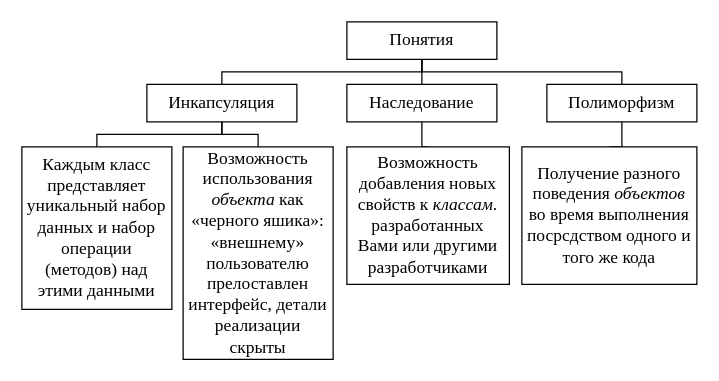
This is page "image2" (2 of 21) of polubenceva-oop/images 1-21.drawio from mariohuq/mariohuq.github.io, a draw.io file, before an edit. Source tidied: cells renumbered, new cells numbered last; positions are measured from the earlier drawing's top-left corner, leaving out a move shared by most shapes. Both pictures are drawn from the tidied source at 125%, with x=0, y=0 at pixel (21, 21).
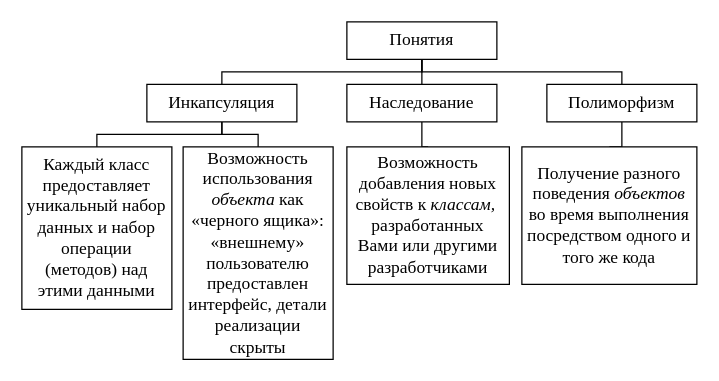
After the change.

Commit message (it also covers changes not shown here):
Fixed errors of recognition

What changed in the source:
```diff
@@
-    <mxCell id="13" value="&lt;div style=&quot;font-size: 14px;&quot;&gt;Каждым класс представляет уникальный набор данных и набор операции (методов) над этими данными&lt;/div&gt;" style="rounded=0;whiteSpace=wrap;html=1;fontFamily=Times New Roman;fontSize=14;spacing=4;" parent="1" vertex="1">
+    <mxCell id="13" value="&lt;div style=&quot;font-size: 14px&quot;&gt;Каждый класс предоставляет уникальный набор данных и набор операции (методов) над этими данными&lt;/div&gt;" style="rounded=0;whiteSpace=wrap;html=1;fontFamily=Times New Roman;fontSize=14;spacing=4;" parent="1" vertex="1">
       <mxGeometry y="100" width="120" height="130" as="geometry" />
     </mxCell>
-    <mxCell id="14" value="&lt;div style=&quot;font-size: 14px;&quot;&gt;Возможность использования &lt;i style=&quot;font-size: 14px;&quot;&gt;объекта &lt;/i&gt;как «черного яшика»: «внешнему» пользователю прелоставлен интерфейс, детали реализации скрыты&lt;/div&gt;" style="rounded=0;whiteSpace=wrap;html=1;fontFamily=Times New Roman;fontSize=14;spacing=4;" parent="1" vertex="1">
+    <mxCell id="14" value="&lt;div style=&quot;font-size: 14px&quot;&gt;Возможность использования &lt;i style=&quot;font-size: 14px&quot;&gt;объекта &lt;/i&gt;как «черного ящика»: «внешнему» пользователю предоставлен интерфейс, детали реализации скрыты&lt;/div&gt;" style="rounded=0;whiteSpace=wrap;html=1;fontFamily=Times New Roman;fontSize=14;spacing=4;" parent="1" vertex="1">
       <mxGeometry x="129" y="100" width="120" height="170" as="geometry" />
     </mxCell>
-    <mxCell id="15" value="Возможность добавления новых свойств к &lt;i style=&quot;font-size: 14px;&quot;&gt;классам&lt;/i&gt;.&lt;br style=&quot;font-size: 14px;&quot;&gt;разработанных Вами или другими разработчиками" style="rounded=0;whiteSpace=wrap;html=1;fontFamily=Times New Roman;fontSize=14;spacing=4;" parent="1" vertex="1">
+    <mxCell id="15" value="Возможность добавления новых свойств к &lt;i style=&quot;font-size: 14px&quot;&gt;классам,&amp;nbsp;&lt;br&gt;&lt;/i&gt;разработанных Вами или другими разработчиками" style="rounded=0;whiteSpace=wrap;html=1;fontFamily=Times New Roman;fontSize=14;spacing=4;" parent="1" vertex="1">
       <mxGeometry x="260" y="100" width="130" height="110" as="geometry" />
     </mxCell>
-    <mxCell id="16" value="&lt;div style=&quot;font-size: 14px;&quot;&gt;Получение разного поведения &lt;i style=&quot;font-size: 14px;&quot;&gt;объектов &lt;/i&gt;во время выполнения посрсдством одного и того же кода&lt;/div&gt;" style="rounded=0;whiteSpace=wrap;html=1;fontFamily=Times New Roman;fontSize=14;spacing=4;" parent="1" vertex="1">
+    <mxCell id="16" value="&lt;div style=&quot;font-size: 14px&quot;&gt;Получение разного поведения &lt;i style=&quot;font-size: 14px&quot;&gt;объектов &lt;/i&gt;во время выполнения посредством одного и того же кода&lt;/div&gt;" style="rounded=0;whiteSpace=wrap;html=1;fontFamily=Times New Roman;fontSize=14;spacing=4;" parent="1" vertex="1">
       <mxGeometry x="400" y="100" width="140" height="110" as="geometry" />
     </mxCell>
```
